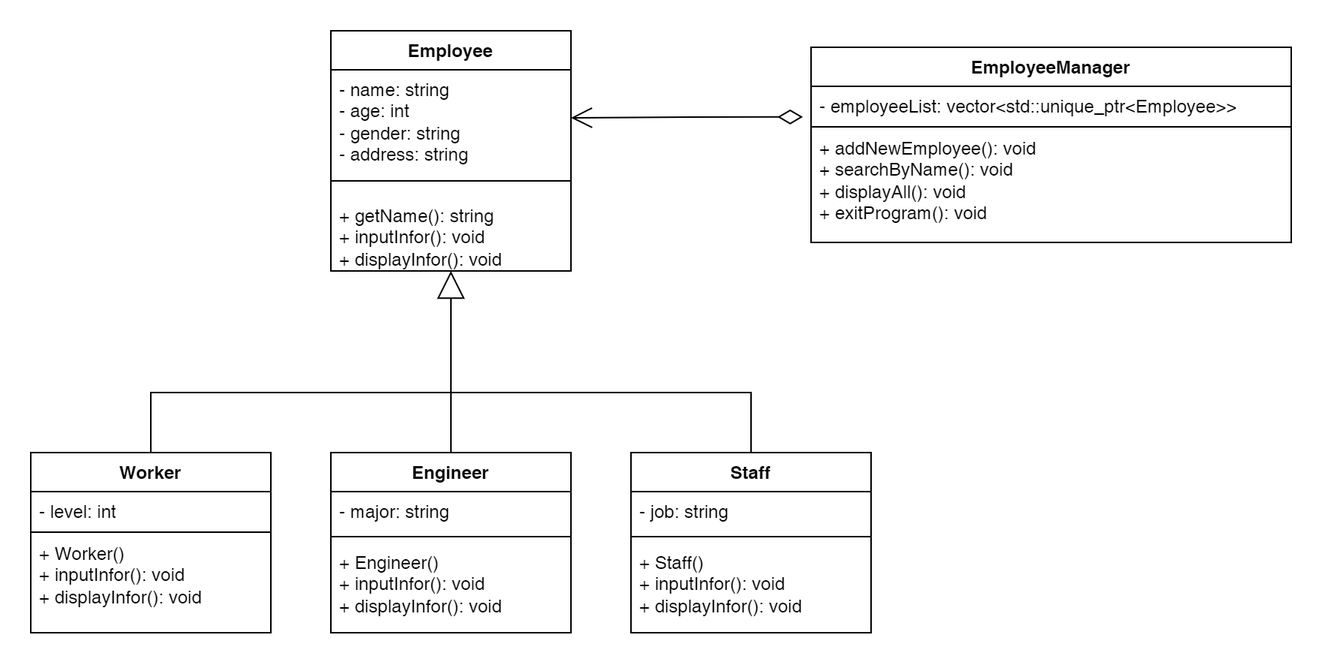
This is 01_EmployeeManage/docs/classDiagram.png from thanhetebkdn/object_orient_programming, a draw.io export, as it was before one commit. Source tidied: cells renumbered, new cells last; positions are measured from the earlier drawing's top-left corner, leaving out a move shared by most shapes. Its diagram source:
```xml
<mxGraphModel>
  <root>
    <mxCell id="0" />
    <mxCell id="1" parent="0" />
    <mxCell id="2" value="Employee" style="swimlane;fontStyle=1;align=center;verticalAlign=top;horizontal=1;startSize=26;whiteSpace=wrap;html=1;" parent="1" vertex="1">
      <mxGeometry x="200" width="160" height="160" as="geometry" />
    </mxCell>
    <mxCell id="3" value="- name: string&lt;div&gt;- age: int&lt;/div&gt;&lt;div&gt;- gender: string&lt;/div&gt;&lt;div&gt;- address: string&lt;/div&gt;" style="text;strokeColor=none;fillColor=none;align=left;verticalAlign=top;spacingLeft=4;spacingRight=4;overflow=hidden;points=[[0,0.5],[1,0.5]];portConstraint=eastwest;whiteSpace=wrap;html=1;" parent="2" vertex="1">
      <mxGeometry y="26" width="160" height="64" as="geometry" />
    </mxCell>
    <mxCell id="4" style="line;strokeWidth=1;fillColor=none;align=left;verticalAlign=middle;spacingTop=-1;spacingLeft=3;spacingRight=3;labelPosition=right;strokeColor=inherit;" parent="2" vertex="1">
      <mxGeometry y="90" width="160" height="20" as="geometry" />
    </mxCell>
    <mxCell id="5" value="+ getName(): string&lt;div&gt;+ inputInfor(): void&lt;/div&gt;&lt;div&gt;+ displayInfor(): void&lt;/div&gt;" style="text;strokeColor=none;fillColor=none;align=left;verticalAlign=top;spacingLeft=4;spacingRight=4;overflow=hidden;whiteSpace=wrap;html=1;" parent="2" vertex="1">
      <mxGeometry y="110" width="160" height="50" as="geometry" />
    </mxCell>
    <mxCell id="6" value="Worker" style="swimlane;fontStyle=1;align=center;verticalAlign=top;horizontal=1;startSize=26;whiteSpace=wrap;html=1;" parent="1" vertex="1">
      <mxGeometry y="281" width="160" height="120" as="geometry" />
    </mxCell>
    <mxCell id="7" value="- level: int" style="text;strokeColor=none;fillColor=none;align=left;verticalAlign=top;spacingLeft=4;spacingRight=4;overflow=hidden;whiteSpace=wrap;html=1;" parent="6" vertex="1">
      <mxGeometry y="26" width="160" height="26" as="geometry" />
    </mxCell>
    <mxCell id="8" style="line;strokeWidth=1;fillColor=none;align=left;verticalAlign=middle;spacingTop=-1;spacingLeft=3;spacingRight=3;labelPosition=right;strokeColor=inherit;" parent="6" vertex="1">
      <mxGeometry y="52" width="160" height="2" as="geometry" />
    </mxCell>
    <mxCell id="9" value="&lt;div&gt;+ Worker()&lt;/div&gt;&lt;div&gt;+ inputInfor(): void&lt;/div&gt;&lt;div&gt;+ displayInfor(): void&lt;/div&gt;" style="text;strokeColor=none;fillColor=none;align=left;verticalAlign=top;spacingLeft=4;spacingRight=4;overflow=hidden;whiteSpace=wrap;html=1;" parent="6" vertex="1">
      <mxGeometry y="54" width="160" height="66" as="geometry" />
    </mxCell>
    <mxCell id="10" value="Engineer" style="swimlane;fontStyle=1;align=center;verticalAlign=top;horizontal=1;startSize=26;whiteSpace=wrap;html=1;" parent="1" vertex="1">
      <mxGeometry x="200" y="281" width="160" height="120" as="geometry" />
    </mxCell>
    <mxCell id="11" value="- major: string" style="text;strokeColor=none;fillColor=none;align=left;verticalAlign=top;spacingLeft=4;spacingRight=4;overflow=hidden;whiteSpace=wrap;html=1;" parent="10" vertex="1">
      <mxGeometry y="26" width="160" height="26" as="geometry" />
    </mxCell>
    <mxCell id="12" style="line;strokeWidth=1;fillColor=none;align=left;verticalAlign=middle;spacingTop=-1;spacingLeft=3;spacingRight=3;labelPosition=right;strokeColor=inherit;" parent="10" vertex="1">
      <mxGeometry y="52" width="160" height="8" as="geometry" />
    </mxCell>
    <mxCell id="13" value="&lt;div&gt;+ Engineer()&lt;/div&gt;&lt;div&gt;+ inputInfor(): void&lt;/div&gt;&lt;div&gt;+ displayInfor(): void&lt;/div&gt;" style="text;strokeColor=none;fillColor=none;align=left;verticalAlign=top;spacingLeft=4;spacingRight=4;overflow=hidden;whiteSpace=wrap;html=1;" parent="10" vertex="1">
      <mxGeometry y="60" width="160" height="60" as="geometry" />
    </mxCell>
    <mxCell id="14" value="Staff" style="swimlane;fontStyle=1;align=center;verticalAlign=top;horizontal=1;startSize=26;whiteSpace=wrap;html=1;" parent="1" vertex="1">
      <mxGeometry x="400" y="281" width="160" height="120" as="geometry" />
    </mxCell>
    <mxCell id="15" value="- job: string" style="text;strokeColor=none;fillColor=none;align=left;verticalAlign=top;spacingLeft=4;spacingRight=4;overflow=hidden;whiteSpace=wrap;html=1;" parent="14" vertex="1">
      <mxGeometry y="26" width="160" height="26" as="geometry" />
    </mxCell>
    <mxCell id="16" style="line;strokeWidth=1;fillColor=none;align=left;verticalAlign=middle;spacingTop=-1;spacingLeft=3;spacingRight=3;labelPosition=right;strokeColor=inherit;" parent="14" vertex="1">
      <mxGeometry y="52" width="160" height="8" as="geometry" />
    </mxCell>
    <mxCell id="17" value="&lt;div&gt;+ Staff()&lt;/div&gt;&lt;div&gt;+ inputInfor(): void&lt;/div&gt;&lt;div&gt;+ displayInfor(): void&lt;/div&gt;" style="text;strokeColor=none;fillColor=none;align=left;verticalAlign=top;spacingLeft=4;spacingRight=4;overflow=hidden;whiteSpace=wrap;html=1;" parent="14" vertex="1">
      <mxGeometry y="60" width="160" height="60" as="geometry" />
    </mxCell>
    <mxCell id="18" style="endArrow=block;endSize=16;endFill=0;html=1;rounded=0;exitX=0.5;exitY=0;exitDx=0;exitDy=0;entryX=0.5;entryY=1;entryDx=0;entryDy=0;" parent="1" edge="1" source="10" target="2">
      <mxGeometry y="59" relative="1" as="geometry" />
    </mxCell>
    <mxCell id="19" style="endArrow=none;html=1;rounded=0;exitX=0.5;exitY=0;exitDx=0;exitDy=0;entryX=0.5;entryY=0;entryDx=0;entryDy=0;" parent="1" edge="1" source="6" target="14">
      <mxGeometry relative="1" as="geometry">
        <Array as="points">
          <mxPoint x="80" y="241" />
          <mxPoint x="480" y="241" />
        </Array>
      </mxGeometry>
    </mxCell>
    <mxCell id="20" value="EmployeeManager" style="swimlane;fontStyle=1;align=center;verticalAlign=top;horizontal=1;startSize=26;whiteSpace=wrap;html=1;" parent="1" vertex="1">
      <mxGeometry x="520" y="11" width="320" height="130" as="geometry" />
    </mxCell>
    <mxCell id="21" value="- employeeList: vector&amp;lt;std::unique_ptr&amp;lt;Employee&amp;gt;&amp;gt;" style="text;strokeColor=none;fillColor=none;align=left;verticalAlign=top;spacingLeft=4;spacingRight=4;overflow=hidden;points=[[0,0.5],[1,0.5]];portConstraint=eastwest;whiteSpace=wrap;html=1;" parent="20" vertex="1">
      <mxGeometry y="26" width="320" height="26" as="geometry" />
    </mxCell>
    <mxCell id="22" style="line;strokeWidth=1;fillColor=none;align=left;verticalAlign=middle;spacingTop=-1;spacingLeft=3;spacingRight=3;labelPosition=right;strokeColor=inherit;" parent="20" vertex="1">
      <mxGeometry y="52" width="320" height="2" as="geometry" />
    </mxCell>
    <mxCell id="23" value="+ addNewEmployee(): void&lt;div&gt;+ searchByName(): void&lt;/div&gt;&lt;div&gt;+ displayAll(): void&lt;br&gt;+ exitProgram(): void&lt;/div&gt;" style="text;strokeColor=none;fillColor=none;align=left;verticalAlign=top;spacingLeft=4;spacingRight=4;overflow=hidden;whiteSpace=wrap;html=1;" parent="20" vertex="1">
      <mxGeometry y="54" width="320" height="76" as="geometry" />
    </mxCell>
    <mxCell id="24" style="endArrow=open;html=1;endSize=12;startArrow=diamondThin;startSize=14;startFill=0;edgeStyle=orthogonalEdgeStyle;rounded=0;entryX=1;entryY=0.5;entryDx=0;entryDy=0;exitX=-0.017;exitY=0.785;exitDx=0;exitDy=0;exitPerimeter=0;" parent="1" edge="1" source="21" target="3">
      <mxGeometry relative="1" as="geometry" />
    </mxCell>
  </root>
</mxGraphModel>
```
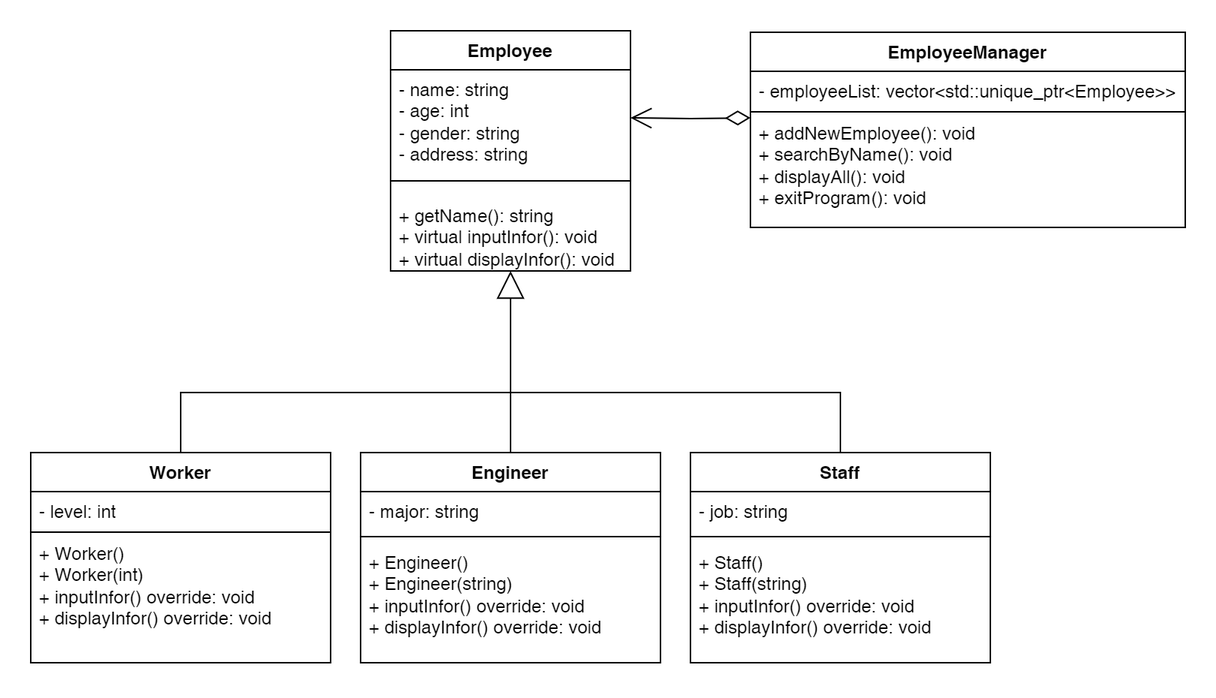
Above is the later version.

What changed in the source:
```diff
@@ -11,44 +11,44 @@
     <mxCell id="4" style="line;strokeWidth=1;fillColor=none;align=left;verticalAlign=middle;spacingTop=-1;spacingLeft=3;spacingRight=3;labelPosition=right;strokeColor=inherit;" parent="2" vertex="1">
       <mxGeometry y="90" width="160" height="20" as="geometry" />
     </mxCell>
-    <mxCell id="5" value="+ getName(): string&lt;div&gt;+ inputInfor(): void&lt;/div&gt;&lt;div&gt;+ displayInfor(): void&lt;/div&gt;" style="text;strokeColor=none;fillColor=none;align=left;verticalAlign=top;spacingLeft=4;spacingRight=4;overflow=hidden;whiteSpace=wrap;html=1;" parent="2" vertex="1">
+    <mxCell id="5" value="+ getName(): string&lt;div&gt;+ virtual inputInfor(): void&lt;/div&gt;&lt;div&gt;+&amp;nbsp;&lt;span style=&quot;background-color: initial;&quot;&gt;virtual&lt;/span&gt;&lt;span style=&quot;background-color: initial;&quot;&gt;&amp;nbsp;&lt;/span&gt;&lt;span style=&quot;background-color: initial;&quot;&gt;displayInfor(): void&lt;/span&gt;&lt;/div&gt;" style="text;strokeColor=none;fillColor=none;align=left;verticalAlign=top;spacingLeft=4;spacingRight=4;overflow=hidden;whiteSpace=wrap;html=1;" parent="2" vertex="1">
       <mxGeometry y="110" width="160" height="50" as="geometry" />
     </mxCell>
     <mxCell id="6" value="Worker" style="swimlane;fontStyle=1;align=center;verticalAlign=top;horizontal=1;startSize=26;whiteSpace=wrap;html=1;" parent="1" vertex="1">
-      <mxGeometry y="281" width="160" height="120" as="geometry" />
+      <mxGeometry x="-40" y="281" width="200" height="140" as="geometry" />
     </mxCell>
     <mxCell id="7" value="- level: int" style="text;strokeColor=none;fillColor=none;align=left;verticalAlign=top;spacingLeft=4;spacingRight=4;overflow=hidden;whiteSpace=wrap;html=1;" parent="6" vertex="1">
-      <mxGeometry y="26" width="160" height="26" as="geometry" />
+      <mxGeometry y="26" width="200" height="26" as="geometry" />
     </mxCell>
     <mxCell id="8" style="line;strokeWidth=1;fillColor=none;align=left;verticalAlign=middle;spacingTop=-1;spacingLeft=3;spacingRight=3;labelPosition=right;strokeColor=inherit;" parent="6" vertex="1">
-      <mxGeometry y="52" width="160" height="2" as="geometry" />
+      <mxGeometry y="52" width="200" height="2" as="geometry" />
     </mxCell>
-    <mxCell id="9" value="&lt;div&gt;+ Worker()&lt;/div&gt;&lt;div&gt;+ inputInfor(): void&lt;/div&gt;&lt;div&gt;+ displayInfor(): void&lt;/div&gt;" style="text;strokeColor=none;fillColor=none;align=left;verticalAlign=top;spacingLeft=4;spacingRight=4;overflow=hidden;whiteSpace=wrap;html=1;" parent="6" vertex="1">
-      <mxGeometry y="54" width="160" height="66" as="geometry" />
+    <mxCell id="9" value="&lt;div&gt;+ Worker()&lt;/div&gt;&lt;div&gt;+ Worker(int)&lt;/div&gt;&lt;div&gt;+ inputInfor() override: void&lt;/div&gt;&lt;div&gt;+ displayInfor()&amp;nbsp;&lt;span style=&quot;background-color: initial;&quot;&gt;override&lt;/span&gt;&lt;span style=&quot;background-color: initial;&quot;&gt;: void&lt;/span&gt;&lt;/div&gt;" style="text;strokeColor=none;fillColor=none;align=left;verticalAlign=top;spacingLeft=4;spacingRight=4;overflow=hidden;whiteSpace=wrap;html=1;" parent="6" vertex="1">
+      <mxGeometry y="54" width="200" height="86" as="geometry" />
     </mxCell>
     <mxCell id="10" value="Engineer" style="swimlane;fontStyle=1;align=center;verticalAlign=top;horizontal=1;startSize=26;whiteSpace=wrap;html=1;" parent="1" vertex="1">
-      <mxGeometry x="200" y="281" width="160" height="120" as="geometry" />
+      <mxGeometry x="180" y="281" width="200" height="140" as="geometry" />
     </mxCell>
     <mxCell id="11" value="- major: string" style="text;strokeColor=none;fillColor=none;align=left;verticalAlign=top;spacingLeft=4;spacingRight=4;overflow=hidden;whiteSpace=wrap;html=1;" parent="10" vertex="1">
-      <mxGeometry y="26" width="160" height="26" as="geometry" />
+      <mxGeometry y="26" width="200" height="26" as="geometry" />
     </mxCell>
     <mxCell id="12" style="line;strokeWidth=1;fillColor=none;align=left;verticalAlign=middle;spacingTop=-1;spacingLeft=3;spacingRight=3;labelPosition=right;strokeColor=inherit;" parent="10" vertex="1">
-      <mxGeometry y="52" width="160" height="8" as="geometry" />
+      <mxGeometry y="52" width="200" height="8" as="geometry" />
     </mxCell>
-    <mxCell id="13" value="&lt;div&gt;+ Engineer()&lt;/div&gt;&lt;div&gt;+ inputInfor(): void&lt;/div&gt;&lt;div&gt;+ displayInfor(): void&lt;/div&gt;" style="text;strokeColor=none;fillColor=none;align=left;verticalAlign=top;spacingLeft=4;spacingRight=4;overflow=hidden;whiteSpace=wrap;html=1;" parent="10" vertex="1">
-      <mxGeometry y="60" width="160" height="60" as="geometry" />
+    <mxCell id="13" value="&lt;div&gt;+ Engineer()&lt;/div&gt;&lt;div&gt;+ Engineer(string)&lt;/div&gt;&lt;div&gt;&lt;div&gt;+ inputInfor() override: void&lt;/div&gt;&lt;div&gt;+ displayInfor()&amp;nbsp;&lt;span style=&quot;background-color: initial;&quot;&gt;override&lt;/span&gt;&lt;span style=&quot;background-color: initial;&quot;&gt;: void&lt;/span&gt;&lt;/div&gt;&lt;/div&gt;" style="text;strokeColor=none;fillColor=none;align=left;verticalAlign=top;spacingLeft=4;spacingRight=4;overflow=hidden;whiteSpace=wrap;html=1;" parent="10" vertex="1">
+      <mxGeometry y="60" width="200" height="80" as="geometry" />
     </mxCell>
     <mxCell id="14" value="Staff" style="swimlane;fontStyle=1;align=center;verticalAlign=top;horizontal=1;startSize=26;whiteSpace=wrap;html=1;" parent="1" vertex="1">
-      <mxGeometry x="400" y="281" width="160" height="120" as="geometry" />
+      <mxGeometry x="400" y="281" width="200" height="140" as="geometry" />
     </mxCell>
     <mxCell id="15" value="- job: string" style="text;strokeColor=none;fillColor=none;align=left;verticalAlign=top;spacingLeft=4;spacingRight=4;overflow=hidden;whiteSpace=wrap;html=1;" parent="14" vertex="1">
-      <mxGeometry y="26" width="160" height="26" as="geometry" />
+      <mxGeometry y="26" width="200" height="26" as="geometry" />
     </mxCell>
     <mxCell id="16" style="line;strokeWidth=1;fillColor=none;align=left;verticalAlign=middle;spacingTop=-1;spacingLeft=3;spacingRight=3;labelPosition=right;strokeColor=inherit;" parent="14" vertex="1">
-      <mxGeometry y="52" width="160" height="8" as="geometry" />
+      <mxGeometry y="52" width="200" height="8" as="geometry" />
     </mxCell>
-    <mxCell id="17" value="&lt;div&gt;+ Staff()&lt;/div&gt;&lt;div&gt;+ inputInfor(): void&lt;/div&gt;&lt;div&gt;+ displayInfor(): void&lt;/div&gt;" style="text;strokeColor=none;fillColor=none;align=left;verticalAlign=top;spacingLeft=4;spacingRight=4;overflow=hidden;whiteSpace=wrap;html=1;" parent="14" vertex="1">
-      <mxGeometry y="60" width="160" height="60" as="geometry" />
+    <mxCell id="17" value="&lt;div&gt;+ Staff()&lt;/div&gt;&lt;div&gt;+ Staff(string)&lt;/div&gt;&lt;div&gt;&lt;div&gt;+ inputInfor() override: void&lt;/div&gt;&lt;div&gt;+ displayInfor()&amp;nbsp;&lt;span style=&quot;background-color: initial;&quot;&gt;override&lt;/span&gt;&lt;span style=&quot;background-color: initial;&quot;&gt;: void&lt;/span&gt;&lt;/div&gt;&lt;/div&gt;" style="text;strokeColor=none;fillColor=none;align=left;verticalAlign=top;spacingLeft=4;spacingRight=4;overflow=hidden;whiteSpace=wrap;html=1;" parent="14" vertex="1">
+      <mxGeometry y="60" width="200" height="80" as="geometry" />
     </mxCell>
     <mxCell id="18" style="endArrow=block;endSize=16;endFill=0;html=1;rounded=0;exitX=0.5;exitY=0;exitDx=0;exitDy=0;entryX=0.5;entryY=1;entryDx=0;entryDy=0;" parent="1" edge="1" source="10" target="2">
       <mxGeometry y="59" relative="1" as="geometry" />
@@ -56,25 +56,27 @@
     <mxCell id="19" style="endArrow=none;html=1;rounded=0;exitX=0.5;exitY=0;exitDx=0;exitDy=0;entryX=0.5;entryY=0;entryDx=0;entryDy=0;" parent="1" edge="1" source="6" target="14">
       <mxGeometry relative="1" as="geometry">
         <Array as="points">
-          <mxPoint x="80" y="241" />
-          <mxPoint x="480" y="241" />
+          <mxPoint x="60" y="241" />
+          <mxPoint x="500" y="241" />
         </Array>
       </mxGeometry>
     </mxCell>
     <mxCell id="20" value="EmployeeManager" style="swimlane;fontStyle=1;align=center;verticalAlign=top;horizontal=1;startSize=26;whiteSpace=wrap;html=1;" parent="1" vertex="1">
-      <mxGeometry x="520" y="11" width="320" height="130" as="geometry" />
+      <mxGeometry x="440" y="1" width="290" height="130" as="geometry" />
     </mxCell>
     <mxCell id="21" value="- employeeList: vector&amp;lt;std::unique_ptr&amp;lt;Employee&amp;gt;&amp;gt;" style="text;strokeColor=none;fillColor=none;align=left;verticalAlign=top;spacingLeft=4;spacingRight=4;overflow=hidden;points=[[0,0.5],[1,0.5]];portConstraint=eastwest;whiteSpace=wrap;html=1;" parent="20" vertex="1">
-      <mxGeometry y="26" width="320" height="26" as="geometry" />
+      <mxGeometry y="26" width="290" height="26" as="geometry" />
     </mxCell>
     <mxCell id="22" style="line;strokeWidth=1;fillColor=none;align=left;verticalAlign=middle;spacingTop=-1;spacingLeft=3;spacingRight=3;labelPosition=right;strokeColor=inherit;" parent="20" vertex="1">
-      <mxGeometry y="52" width="320" height="2" as="geometry" />
+      <mxGeometry y="52" width="290" height="2" as="geometry" />
     </mxCell>
     <mxCell id="23" value="+ addNewEmployee(): void&lt;div&gt;+ searchByName(): void&lt;/div&gt;&lt;div&gt;+ displayAll(): void&lt;br&gt;+ exitProgram(): void&lt;/div&gt;" style="text;strokeColor=none;fillColor=none;align=left;verticalAlign=top;spacingLeft=4;spacingRight=4;overflow=hidden;whiteSpace=wrap;html=1;" parent="20" vertex="1">
-      <mxGeometry y="54" width="320" height="76" as="geometry" />
+      <mxGeometry y="54" width="290" height="76" as="geometry" />
     </mxCell>
-    <mxCell id="24" style="endArrow=open;html=1;endSize=12;startArrow=diamondThin;startSize=14;startFill=0;edgeStyle=orthogonalEdgeStyle;rounded=0;entryX=1;entryY=0.5;entryDx=0;entryDy=0;exitX=-0.017;exitY=0.785;exitDx=0;exitDy=0;exitPerimeter=0;" parent="1" edge="1" source="21" target="3">
-      <mxGeometry relative="1" as="geometry" />
+    <mxCell id="24" style="endArrow=open;html=1;endSize=12;startArrow=diamondThin;startSize=14;startFill=0;edgeStyle=orthogonalEdgeStyle;rounded=0;entryX=1;entryY=0.5;entryDx=0;entryDy=0;" parent="1" edge="1" target="3">
+      <mxGeometry relative="1" as="geometry">
+        <mxPoint x="440" y="58" as="sourcePoint" />
+      </mxGeometry>
     </mxCell>
   </root>
 </mxGraphModel>
```
